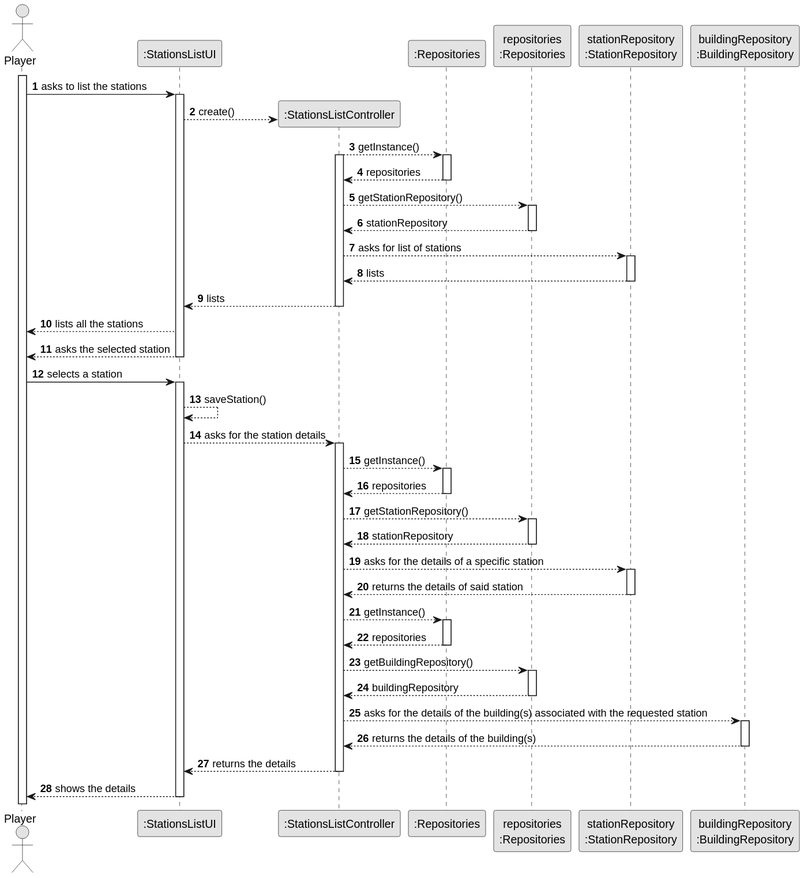
Before: docs/system-documentation/US007/03.design/svg/US007-SD.svg, a diagram exported from PlantUML (goncalolopesp/sem2-pi-24.25-g093-repo).
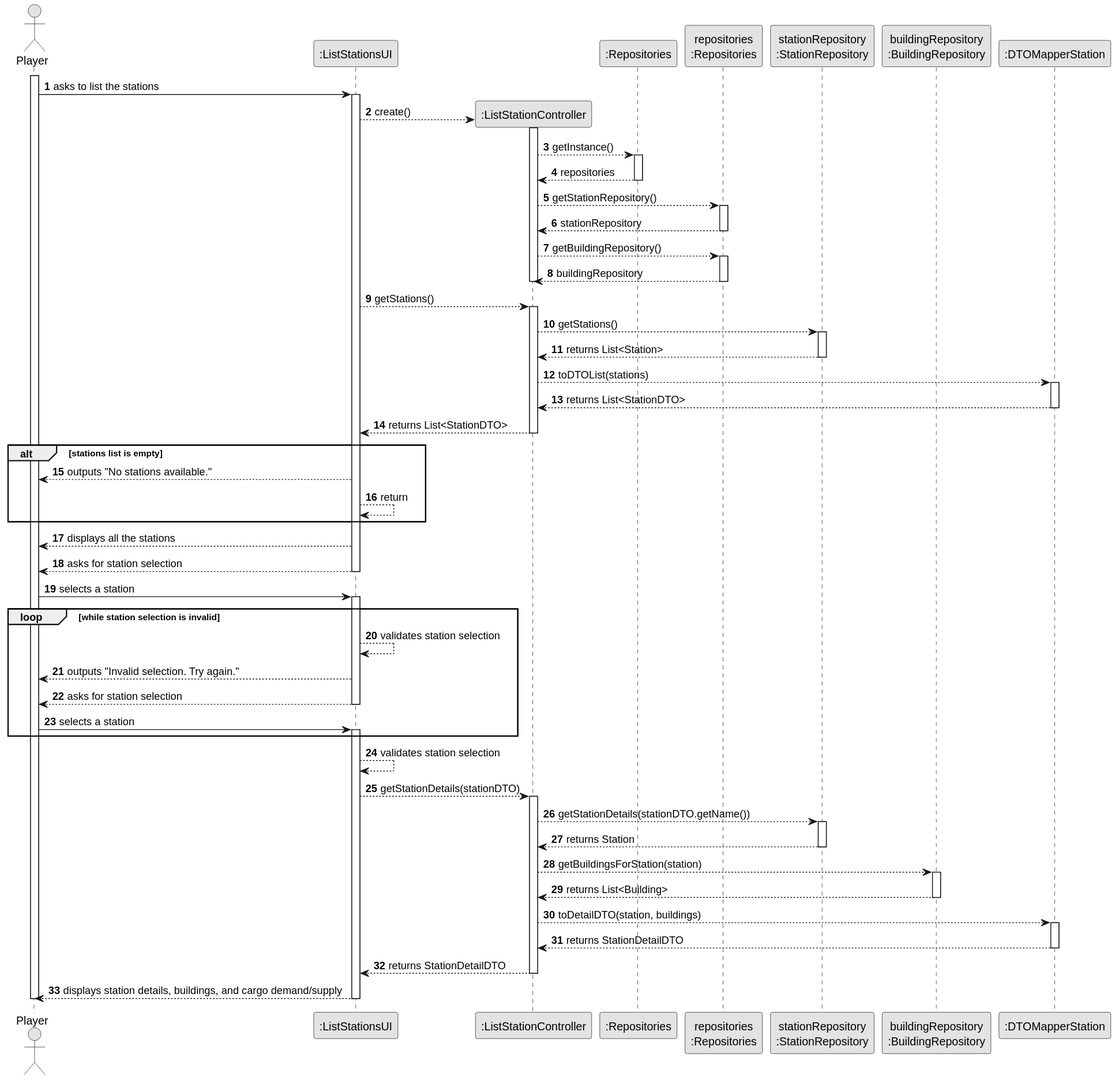
After the commit.

The edit, as a diff of the source:
```diff
@@ -5,83 +5,112 @@
 
 autonumber
 
-actor "Player" as Employee
-participant ":StationsListUI" as StationsListUI
+actor "Player" as Player
+participant ":ListStationsUI" as ListStationsUI
 
-activate Employee
+activate Player
 
-Employee -> StationsListUI : asks to list the stations
-activate StationsListUI
+Player -> ListStationsUI : asks to list the stations
+activate ListStationsUI
 
-create ":StationsListController" as StationsListController
+create ":ListStationController" as ListStationController
 
-StationsListUI --> StationsListController : create()
-
-
+ListStationsUI --> ListStationController : create()
+activate ListStationController
 
 participant ":Repositories" as Repositories
-participant "repositories\n:Repositories" as Repo
-participant "stationRepository\n:StationRepository" as stationRepository
-participant "buildingRepository\n:BuildingRepository" as buildingRepository
+participant "repositories\n:Repositories" as repo
+participant "stationRepository\n:StationRepository" as srepo
+participant "buildingRepository\n:BuildingRepository" as brepo
+participant ":DTOMapperStation" as DTOMapper
 
-StationsListController --> Repositories : getInstance()
-activate StationsListController
+ListStationController --> Repositories : getInstance()
 activate Repositories
 
-Repositories --> StationsListController : repositories
-
+Repositories --> ListStationController : repositories
 deactivate Repositories
 
-StationsListController --> Repo : getStationRepository()
-activate Repo
+ListStationController --> repo : getStationRepository()
+activate repo
 
-Repo --> StationsListController : stationRepository
-deactivate Repo
+repo --> ListStationController : stationRepository
+deactivate repo
 
+ListStationController --> repo : getBuildingRepository()
+activate repo
 
-StationsListController --> stationRepository : asks for list of stations
-activate stationRepository
-stationRepository --> StationsListController : lists
-deactivate stationRepository
-StationsListController --> StationsListUI : lists
+repo --> ListStationController : buildingRepository
+deactivate repo
 
-deactivate StationsListController
+deactivate ListStationController
 
-StationsListUI --> Employee : lists all the stations
-StationsListUI --> Employee : asks the selected station
-deactivate StationsListUI
+ListStationsUI --> ListStationController : getStations()
+activate ListStationController
 
-Employee -> StationsListUI : selects a station
-activate StationsListUI
-StationsListUI --> StationsListUI : saveStation()
-StationsListUI --> StationsListController : asks for the station details
-activate StationsListController
-StationsListController --> Repositories : getInstance()
-activate Repositories
-Repositories --> StationsListController : repositories
-deactivate Repositories
-StationsListController --> Repo : getStationRepository()
-activate Repo
-Repo --> StationsListController : stationRepository
-deactivate Repo
-StationsListController --> stationRepository : asks for the details of a specific station
-activate stationRepository
-stationRepository --> StationsListController : returns the details of said station
-deactivate stationRepository
-StationsListController --> Repositories : getInstance()
-activate Repositories
-Repositories --> StationsListController : repositories
-deactivate Repositories
-StationsListController --> Repo : getBuildingRepository()
-activate Repo
-Repo --> StationsListController : buildingRepository
-deactivate Repo
-StationsListController --> buildingRepository : asks for the details of the building(s) associated with the requested station
-activate buildingRepository
-buildingRepository --> StationsListController : returns the details of the building(s)
-deactivate buildingRepository
-StationsListController --> StationsListUI : returns the details
-deactivate StationsListController
-StationsListUI --> Employee : shows the details
-deactivate StationsListUI
+ListStationController --> srepo : getStations()
+activate srepo
+
+srepo --> ListStationController : returns List<Station>
+deactivate srepo
+
+ListStationController --> DTOMapper : toDTOList(stations)
+activate DTOMapper
+
+DTOMapper --> ListStationController : returns List<StationDTO>
+deactivate DTOMapper
+
+ListStationController --> ListStationsUI : returns List<StationDTO>
+deactivate ListStationController
+
+alt stations list is empty
+    ListStationsUI --> Player : outputs "No stations available."
+    ListStationsUI --> ListStationsUI : return
+end
+
+ListStationsUI --> Player : displays all the stations
+ListStationsUI --> Player : asks for station selection
+deactivate ListStationsUI
+
+Player -> ListStationsUI : selects a station
+activate ListStationsUI
+
+loop while station selection is invalid
+    ListStationsUI --> ListStationsUI : validates station selection
+    ListStationsUI --> Player : outputs "Invalid selection. Try again."
+    ListStationsUI --> Player : asks for station selection
+    deactivate ListStationsUI
+
+    Player -> ListStationsUI : selects a station
+    activate ListStationsUI
+end
+
+ListStationsUI --> ListStationsUI : validates station selection
+ListStationsUI --> ListStationController : getStationDetails(stationDTO)
+activate ListStationController
+
+ListStationController --> srepo : getStationDetails(stationDTO.getName())
+activate srepo
+
+srepo --> ListStationController : returns Station
+deactivate srepo
+
+ListStationController --> brepo : getBuildingsForStation(station)
+activate brepo
+
+brepo --> ListStationController : returns List<Building>
+deactivate brepo
+
+ListStationController --> DTOMapper : toDetailDTO(station, buildings)
+activate DTOMapper
+
+DTOMapper --> ListStationController : returns StationDetailDTO
+deactivate DTOMapper
+
+ListStationController --> ListStationsUI : returns StationDetailDTO
+deactivate ListStationController
+
+ListStationsUI --> Player : displays station details, buildings, and cargo demand/supply
+deactivate ListStationsUI
+
+deactivate Player
 @enduml
```
